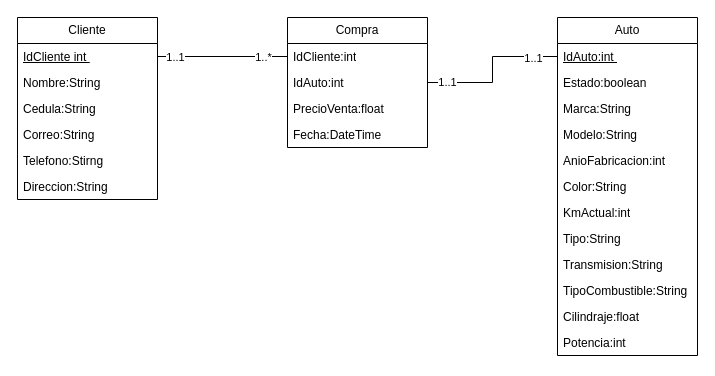
anderson-guaman/ProyectoWebMVC keeps this draw.io diagram as Diagrama de clases Relacionales.drawio. Above is the earlier version. Source tidied: cells renumbered, new cells numbered last; positions are measured from the earlier drawing's top-left corner, leaving out a move shared by most shapes. Both pictures are drawn from the tidied source at 100%, with x=0, y=0 at pixel (17, 17).
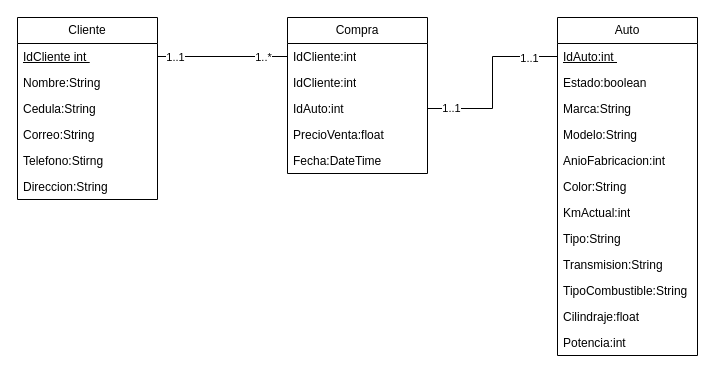
Above is the later version.

Change to the diagram source:
```diff
@@
     <mxCell id="22" value="Compra" style="swimlane;fontStyle=0;horizontal=1;startSize=26;fillColor=none;whiteSpace=wrap;html=1;" parent="1" vertex="1">
-      <mxGeometry x="270" width="140" height="130" as="geometry" />
+      <mxGeometry x="270" width="140" height="156" as="geometry" />
     </mxCell>
@@
+    <mxCell id="33" value="IdCliente:int" style="text;strokeColor=none;fillColor=none;align=left;verticalAlign=top;spacingLeft=4;spacingRight=4;overflow=hidden;whiteSpace=wrap;html=1;" parent="22" vertex="1">
+      <mxGeometry y="52" width="140" height="26" as="geometry" />
+    </mxCell>
     <mxCell id="24" value="IdAuto:int" style="text;strokeColor=none;fillColor=none;align=left;verticalAlign=top;spacingLeft=4;spacingRight=4;overflow=hidden;points=[[0,0.5],[1,0.5]];portConstraint=eastwest;whiteSpace=wrap;html=1;" parent="22" vertex="1">
-      <mxGeometry y="52" width="140" height="26" as="geometry" />
+      <mxGeometry y="78" width="140" height="26" as="geometry" />
     </mxCell>
     <mxCell id="25" value="PrecioVenta:float" style="text;strokeColor=none;fillColor=none;align=left;verticalAlign=top;spacingLeft=4;spacingRight=4;overflow=hidden;whiteSpace=wrap;html=1;" parent="22" vertex="1">
-      <mxGeometry y="78" width="140" height="26" as="geometry" />
+      <mxGeometry y="104" width="140" height="26" as="geometry" />
     </mxCell>
     <mxCell id="26" value="Fecha:DateTime" style="text;strokeColor=none;fillColor=none;align=left;verticalAlign=top;spacingLeft=4;spacingRight=4;overflow=hidden;whiteSpace=wrap;html=1;" parent="22" vertex="1">
-      <mxGeometry y="104" width="140" height="26" as="geometry" />
+      <mxGeometry y="130" width="140" height="26" as="geometry" />
     </mxCell>
```
